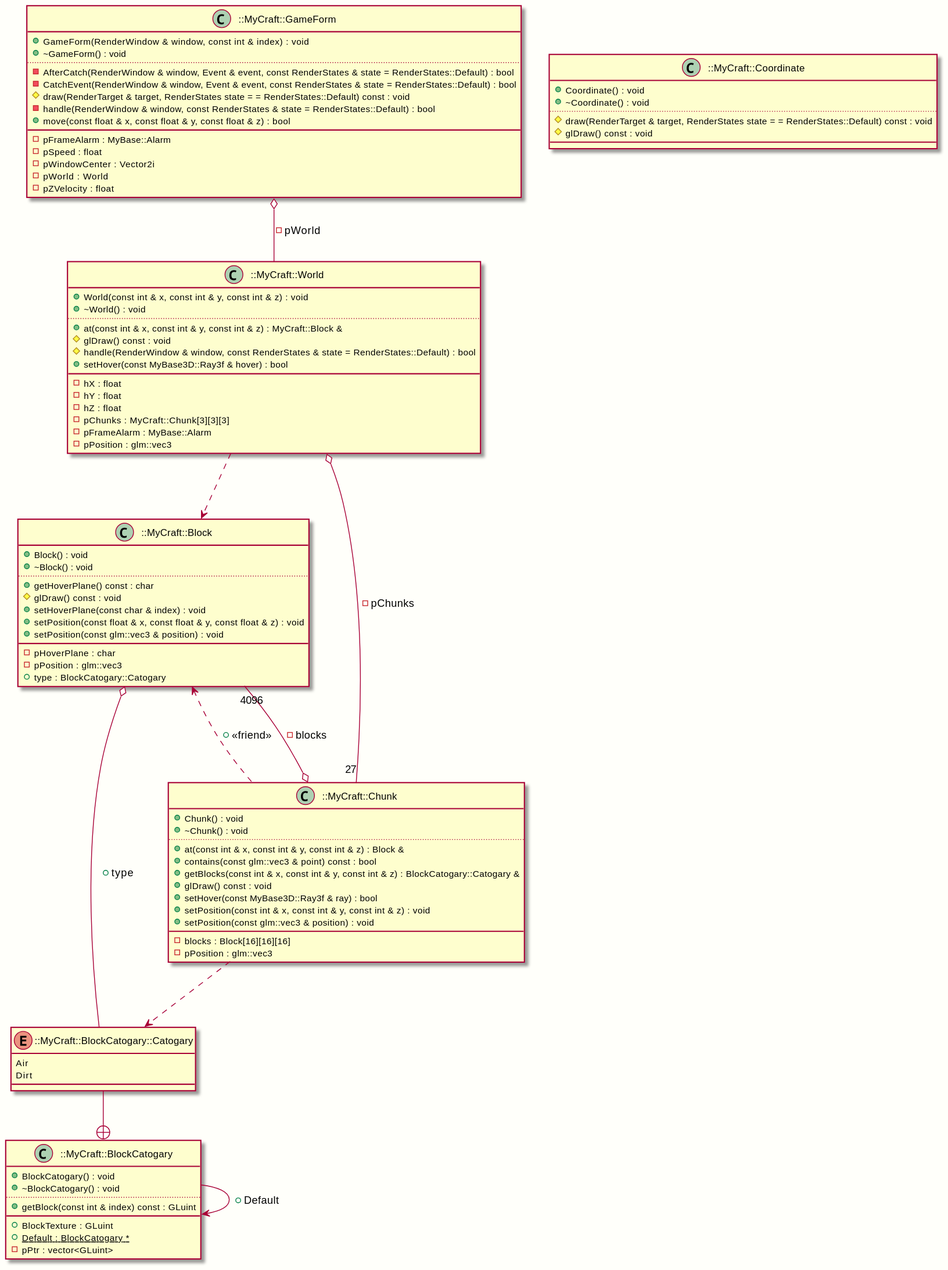
This is uml/MyCraft.svg from Wanderer2414/RawMinecraft, a PlantUML export, as it was before one commit. Source of this version:
```plantuml
@startuml MyCraft
skinparam backgroundColor #FFFFFA
class "::MyCraft::BlockCatogary" as C_0009617396256429424282
class C_0009617396256429424282 {
+BlockCatogary() : void
+~BlockCatogary() : void
..
+getBlock(const int & index) const : GLuint
__
+BlockTexture : GLuint
{static} +Default : BlockCatogary *
-pPtr : vector<GLuint>
}
enum "::MyCraft::BlockCatogary::Catogary" as C_0017142404441902118391
enum C_0017142404441902118391 {
Air
Dirt
}
class "::MyCraft::Block" as C_0016291758929191873705
class C_0016291758929191873705 {
+Block() : void
+~Block() : void
..
+getHoverPlane() const : char
#glDraw() const : void
+setHoverPlane(const char & index) : void
+setPosition(const float & x, const float & y, const float & z) : void
+setPosition(const glm::vec3 & position) : void
__
-pHoverPlane : char
-pPosition : glm::vec3
+type : BlockCatogary::Catogary
}
class "::MyCraft::Chunk" as C_0001531427901889754508
class C_0001531427901889754508 {
+Chunk() : void
+~Chunk() : void
..
+at(const int & x, const int & y, const int & z) : Block &
+contains(const glm::vec3 & point) const : bool
+getBlocks(const int & x, const int & y, const int & z) : BlockCatogary::Catogary &
+glDraw() const : void
+setHover(const MyBase3D::Ray3f & ray) : bool
+setPosition(const int & x, const int & y, const int & z) : void
+setPosition(const glm::vec3 & position) : void
__
-blocks : Block[16][16][16]
-pPosition : glm::vec3
}
class "::MyCraft::World" as C_0011386574597552260978
class C_0011386574597552260978 {
+World(const int & x, const int & y, const int & z) : void
+~World() : void
..
+at(const int & x, const int & y, const int & z) : MyCraft::Block &
#glDraw() const : void
#handle(RenderWindow & window, const RenderStates & state = RenderStates::Default) : bool
+setHover(const MyBase3D::Ray3f & hover) : bool
__
-hX : float
-hY : float
-hZ : float
-pChunks : MyCraft::Chunk[3][3][3]
-pFrameAlarm : MyBase::Alarm
-pPosition : glm::vec3
}
class "::MyCraft::Coordinate" as C_0002492648447122705079
class C_0002492648447122705079 {
+Coordinate() : void
+~Coordinate() : void
..
#draw(RenderTarget & target, RenderStates state = = RenderStates::Default) const : void
#glDraw() const : void
__
}
class "::MyCraft::GameForm" as C_0012287643417462611281
class C_0012287643417462611281 {
+GameForm(RenderWindow & window, const int & index) : void
+~GameForm() : void
..
-AfterCatch(RenderWindow & window, Event & event, const RenderStates & state = RenderStates::Default) : bool
-CatchEvent(RenderWindow & window, Event & event, const RenderStates & state = RenderStates::Default) : bool
#draw(RenderTarget & target, RenderStates state = = RenderStates::Default) const : void
-handle(RenderWindow & window, const RenderStates & state = RenderStates::Default) : bool
+move(const float & x, const float & y, const float & z) : bool
__
-pFrameAlarm : MyBase::Alarm
-pSpeed : float
-pWindowCenter : Vector2i
-pWorld : World
-pZVelocity : float
}
C_0009617396256429424282 --> C_0009617396256429424282 : +Default
C_0017142404441902118391 --+ C_0009617396256429424282
C_0016291758929191873705 o-- C_0017142404441902118391 : +type
C_0016291758929191873705 <.. C_0001531427901889754508 : +<<friend>>
C_0001531427901889754508 ..> C_0017142404441902118391
C_0001531427901889754508 o-- "4096" C_0016291758929191873705 : -blocks
C_0011386574597552260978 ..> C_0016291758929191873705
C_0011386574597552260978 o-- "27" C_0001531427901889754508 : -pChunks
C_0012287643417462611281 o-- C_0011386574597552260978 : -pWorld

@enduml
```
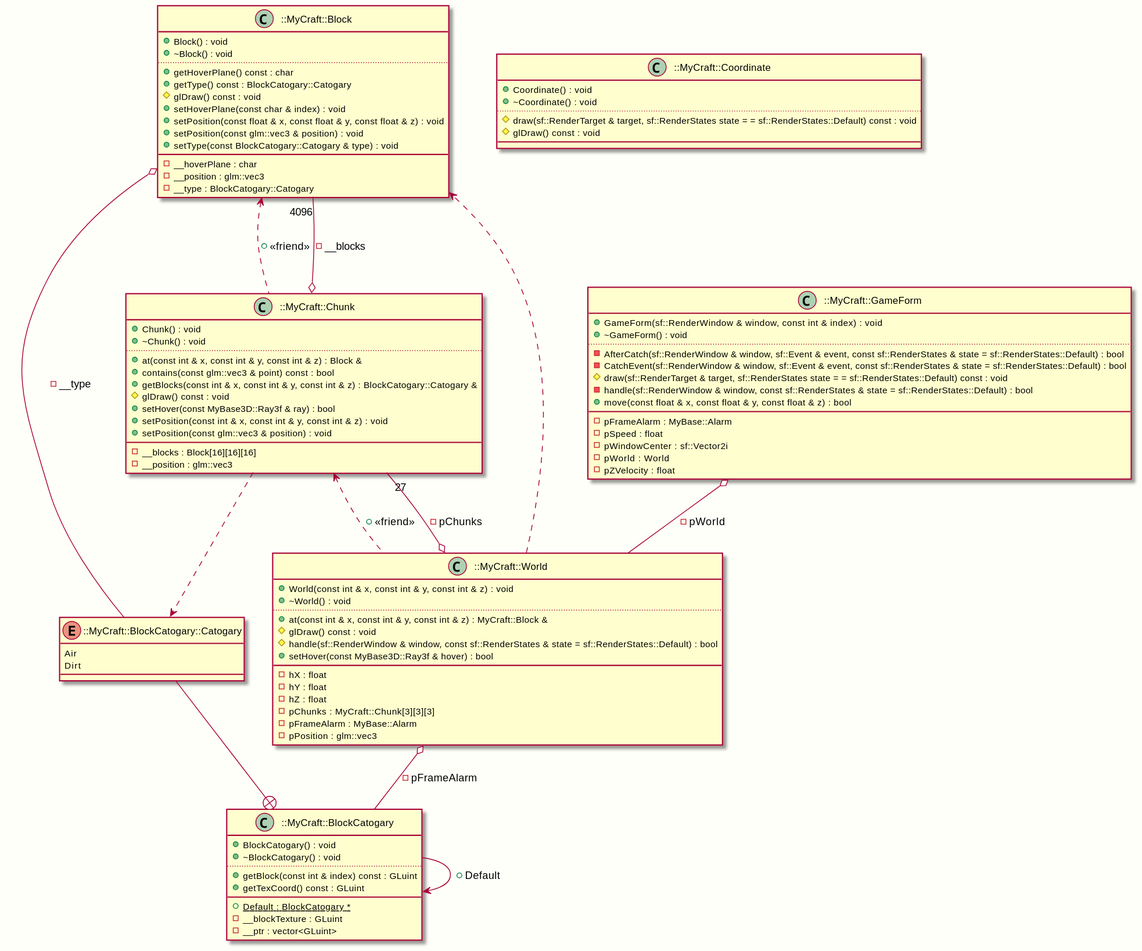
Later version of the same file.

The edit, as a diff of the source:
```diff
@@ -1,15 +1,16 @@
 @startuml MyCraft
-skinparam backgroundColor #FFFFFA
+skinparam BackgroundColor #FFFFFA
 class "::MyCraft::BlockCatogary" as C_0009617396256429424282
 class C_0009617396256429424282 {
 +BlockCatogary() : void
 +~BlockCatogary() : void
 ..
 +getBlock(const int & index) const : GLuint
++getTexCoord() const : GLuint
 __
-+BlockTexture : GLuint
 {static} +Default : BlockCatogary *
--pPtr : vector<GLuint>
+-__blockTexture : GLuint
+-__ptr : vector<GLuint>
 }
 enum "::MyCraft::BlockCatogary::Catogary" as C_0017142404441902118391
 enum C_0017142404441902118391 {
@@ -22,14 +23,16 @@
 +~Block() : void
 ..
 +getHoverPlane() const : char
++getType() const : BlockCatogary::Catogary
 #glDraw() const : void
 +setHoverPlane(const char & index) : void
 +setPosition(const float & x, const float & y, const float & z) : void
 +setPosition(const glm::vec3 & position) : void
++setType(const BlockCatogary::Catogary & type) : void
 __
--pHoverPlane : char
--pPosition : glm::vec3
-+type : BlockCatogary::Catogary
+-__hoverPlane : char
+-__position : glm::vec3
+-__type : BlockCatogary::Catogary
 }
 class "::MyCraft::Chunk" as C_0001531427901889754508
 class C_0001531427901889754508 {
@@ -39,13 +42,13 @@
 +at(const int & x, const int & y, const int & z) : Block &
 +contains(const glm::vec3 & point) const : bool
 +getBlocks(const int & x, const int & y, const int & z) : BlockCatogary::Catogary &
-+glDraw() const : void
+#glDraw() const : void
 +setHover(const MyBase3D::Ray3f & ray) : bool
 +setPosition(const int & x, const int & y, const int & z) : void
 +setPosition(const glm::vec3 & position) : void
 __
--blocks : Block[16][16][16]
--pPosition : glm::vec3
+-__blocks : Block[16][16][16]
+-__position : glm::vec3
 }
 class "::MyCraft::World" as C_0011386574597552260978
 class C_0011386574597552260978 {
@@ -54,7 +57,7 @@
 ..
 +at(const int & x, const int & y, const int & z) : MyCraft::Block &
 #glDraw() const : void
-#handle(RenderWindow & window, const RenderStates & state = RenderStates::Default) : bool
+#handle(sf::RenderWindow & window, const sf::RenderStates & state = sf::RenderStates::Default) : bool
 +setHover(const MyBase3D::Ray3f & hover) : bool
 __
 -hX : float
@@ -69,35 +72,37 @@
 +Coordinate() : void
 +~Coordinate() : void
 ..
-#draw(RenderTarget & target, RenderStates state = = RenderStates::Default) const : void
+#draw(sf::RenderTarget & target, sf::RenderStates state = = sf::RenderStates::Default) const : void
 #glDraw() const : void
 __
 }
 class "::MyCraft::GameForm" as C_0012287643417462611281
 class C_0012287643417462611281 {
-+GameForm(RenderWindow & window, const int & index) : void
++GameForm(sf::RenderWindow & window, const int & index) : void
 +~GameForm() : void
 ..
--AfterCatch(RenderWindow & window, Event & event, const RenderStates & state = RenderStates::Default) : bool
--CatchEvent(RenderWindow & window, Event & event, const RenderStates & state = RenderStates::Default) : bool
-#draw(RenderTarget & target, RenderStates state = = RenderStates::Default) const : void
--handle(RenderWindow & window, const RenderStates & state = RenderStates::Default) : bool
+-AfterCatch(sf::RenderWindow & window, sf::Event & event, const sf::RenderStates & state = sf::RenderStates::Default) : bool
+-CatchEvent(sf::RenderWindow & window, sf::Event & event, const sf::RenderStates & state = sf::RenderStates::Default) : bool
+#draw(sf::RenderTarget & target, sf::RenderStates state = = sf::RenderStates::Default) const : void
+-handle(sf::RenderWindow & window, const sf::RenderStates & state = sf::RenderStates::Default) : bool
 +move(const float & x, const float & y, const float & z) : bool
 __
 -pFrameAlarm : MyBase::Alarm
 -pSpeed : float
--pWindowCenter : Vector2i
+-pWindowCenter : sf::Vector2i
 -pWorld : World
 -pZVelocity : float
 }
 C_0009617396256429424282 --> C_0009617396256429424282 : +Default
 C_0017142404441902118391 --+ C_0009617396256429424282
-C_0016291758929191873705 o-- C_0017142404441902118391 : +type
+C_0016291758929191873705 o-- C_0017142404441902118391 : -__type
 C_0016291758929191873705 <.. C_0001531427901889754508 : +<<friend>>
 C_0001531427901889754508 ..> C_0017142404441902118391
-C_0001531427901889754508 o-- "4096" C_0016291758929191873705 : -blocks
+C_0001531427901889754508 o-- "4096" C_0016291758929191873705 : -__blocks
+C_0001531427901889754508 <.. C_0011386574597552260978 : +<<friend>>
 C_0011386574597552260978 ..> C_0016291758929191873705
 C_0011386574597552260978 o-- "27" C_0001531427901889754508 : -pChunks
+C_0011386574597552260978 o-- C_0009617396256429424282 : -pFrameAlarm
 C_0012287643417462611281 o-- C_0011386574597552260978 : -pWorld
 
 @enduml
```
